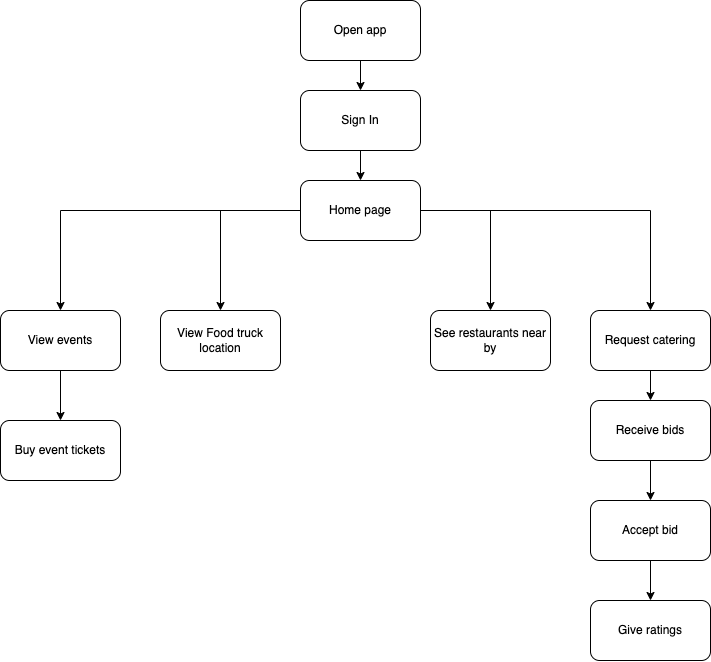
This is images/foodeaze/foodeaze_flow_chart.png from lintov7/lintov7.github.io, a draw.io export, as it was before one commit. Source tidied: cells renumbered, new cells last; positions are measured from the earlier drawing's top-left corner, leaving out a move shared by most shapes.
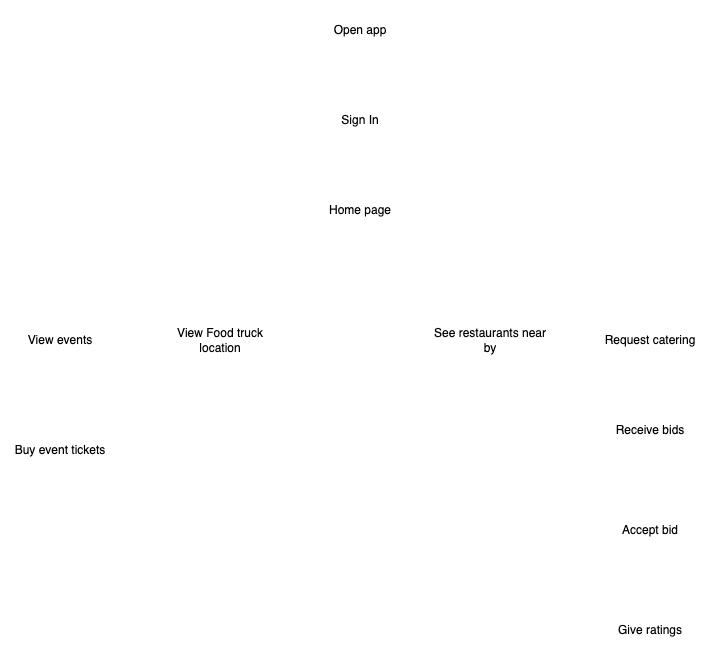
Later version of the same file.

Change to the diagram source:
```diff
@@ -2,71 +2,71 @@
   <root>
     <mxCell id="0" />
     <mxCell id="1" parent="0" />
-    <mxCell id="2" style="edgeStyle=orthogonalEdgeStyle;rounded=0;jettySize=auto;html=1;" parent="1" edge="1" source="3" target="5">
+    <mxCell id="2" style="edgeStyle=orthogonalEdgeStyle;rounded=0;jettySize=auto;html=1;strokeColor=#FFFFFF;" parent="1" edge="1" source="3" target="5">
       <mxGeometry relative="1" as="geometry" />
     </mxCell>
-    <mxCell id="3" value="Open app" style="rounded=1;whiteSpace=wrap;html=1;" parent="1" vertex="1">
+    <mxCell id="3" value="Open app" style="rounded=1;whiteSpace=wrap;html=1;strokeColor=#FFFFFF;" parent="1" vertex="1">
       <mxGeometry x="300" width="120" height="60" as="geometry" />
     </mxCell>
-    <mxCell id="4" style="edgeStyle=orthogonalEdgeStyle;rounded=0;jettySize=auto;html=1;" parent="1" edge="1" source="5" target="10">
+    <mxCell id="4" style="edgeStyle=orthogonalEdgeStyle;rounded=0;jettySize=auto;html=1;strokeColor=#FFFFFF;" parent="1" edge="1" source="5" target="10">
       <mxGeometry relative="1" as="geometry" />
     </mxCell>
-    <mxCell id="5" value="Sign In" style="whiteSpace=wrap;html=1;rounded=1;" parent="1" vertex="1">
+    <mxCell id="5" value="Sign In" style="whiteSpace=wrap;html=1;rounded=1;strokeColor=#FFFFFF;" parent="1" vertex="1">
       <mxGeometry x="300" y="90" width="120" height="60" as="geometry" />
     </mxCell>
-    <mxCell id="6" style="edgeStyle=orthogonalEdgeStyle;rounded=0;jettySize=auto;html=1;" parent="1" edge="1" source="10" target="12">
+    <mxCell id="6" style="edgeStyle=orthogonalEdgeStyle;rounded=0;jettySize=auto;html=1;strokeColor=#FFFFFF;" parent="1" edge="1" source="10" target="12">
       <mxGeometry relative="1" as="geometry" />
     </mxCell>
-    <mxCell id="7" style="edgeStyle=orthogonalEdgeStyle;rounded=0;jettySize=auto;html=1;" parent="1" edge="1" source="10" target="13">
+    <mxCell id="7" style="edgeStyle=orthogonalEdgeStyle;rounded=0;jettySize=auto;html=1;strokeColor=#FFFFFF;" parent="1" edge="1" source="10" target="13">
       <mxGeometry relative="1" as="geometry" />
     </mxCell>
-    <mxCell id="8" style="edgeStyle=orthogonalEdgeStyle;rounded=0;jettySize=auto;html=1;" parent="1" edge="1" source="10" target="14">
+    <mxCell id="8" style="edgeStyle=orthogonalEdgeStyle;rounded=0;jettySize=auto;html=1;strokeColor=#FFFFFF;" parent="1" edge="1" source="10" target="14">
       <mxGeometry relative="1" as="geometry">
         <Array as="points">
           <mxPoint x="490" y="210" />
         </Array>
       </mxGeometry>
     </mxCell>
-    <mxCell id="9" style="edgeStyle=orthogonalEdgeStyle;rounded=0;jettySize=auto;html=1;" parent="1" edge="1" source="10" target="16">
+    <mxCell id="9" style="edgeStyle=orthogonalEdgeStyle;rounded=0;jettySize=auto;html=1;strokeColor=#FFFFFF;" parent="1" edge="1" source="10" target="16">
       <mxGeometry relative="1" as="geometry" />
     </mxCell>
-    <mxCell id="10" value="Home page" style="whiteSpace=wrap;html=1;rounded=1;" parent="1" vertex="1">
+    <mxCell id="10" value="Home page" style="whiteSpace=wrap;html=1;rounded=1;strokeColor=#FFFFFF;" parent="1" vertex="1">
       <mxGeometry x="300" y="180" width="120" height="60" as="geometry" />
     </mxCell>
-    <mxCell id="11" style="edgeStyle=orthogonalEdgeStyle;rounded=0;jettySize=auto;html=1;" parent="1" edge="1" source="12" target="17">
+    <mxCell id="11" style="edgeStyle=orthogonalEdgeStyle;rounded=0;jettySize=auto;html=1;strokeColor=#FFFFFF;" parent="1" edge="1" source="12" target="17">
       <mxGeometry relative="1" as="geometry" />
     </mxCell>
-    <mxCell id="12" value="View events" style="whiteSpace=wrap;html=1;rounded=1;" parent="1" vertex="1">
+    <mxCell id="12" value="View events" style="whiteSpace=wrap;html=1;rounded=1;strokeColor=#FFFFFF;" parent="1" vertex="1">
       <mxGeometry y="310" width="120" height="60" as="geometry" />
     </mxCell>
-    <mxCell id="13" value="View Food truck location" style="whiteSpace=wrap;html=1;rounded=1;" parent="1" vertex="1">
+    <mxCell id="13" value="View Food truck location" style="whiteSpace=wrap;html=1;rounded=1;strokeColor=#FFFFFF;" parent="1" vertex="1">
       <mxGeometry x="160" y="310" width="120" height="60" as="geometry" />
     </mxCell>
-    <mxCell id="14" value="See restaurants near by" style="whiteSpace=wrap;html=1;rounded=1;" parent="1" vertex="1">
+    <mxCell id="14" value="See restaurants near by" style="whiteSpace=wrap;html=1;rounded=1;strokeColor=#FFFFFF;" parent="1" vertex="1">
       <mxGeometry x="430" y="310" width="120" height="60" as="geometry" />
     </mxCell>
-    <mxCell id="15" style="edgeStyle=orthogonalEdgeStyle;rounded=0;jettySize=auto;html=1;" parent="1" edge="1" source="16" target="19">
+    <mxCell id="15" style="edgeStyle=orthogonalEdgeStyle;rounded=0;jettySize=auto;html=1;strokeColor=#FFFFFF;" parent="1" edge="1" source="16" target="19">
       <mxGeometry relative="1" as="geometry" />
     </mxCell>
-    <mxCell id="16" value="Request catering" style="whiteSpace=wrap;html=1;rounded=1;" parent="1" vertex="1">
+    <mxCell id="16" value="Request catering" style="whiteSpace=wrap;html=1;rounded=1;strokeColor=#FFFFFF;" parent="1" vertex="1">
       <mxGeometry x="590" y="310" width="120" height="60" as="geometry" />
     </mxCell>
-    <mxCell id="17" value="Buy event tickets" style="whiteSpace=wrap;html=1;rounded=1;" parent="1" vertex="1">
+    <mxCell id="17" value="Buy event tickets" style="whiteSpace=wrap;html=1;rounded=1;strokeColor=#FFFFFF;" parent="1" vertex="1">
       <mxGeometry y="420" width="120" height="60" as="geometry" />
     </mxCell>
-    <mxCell id="18" style="edgeStyle=orthogonalEdgeStyle;rounded=0;jettySize=auto;html=1;" parent="1" edge="1" source="19" target="21">
+    <mxCell id="18" style="edgeStyle=orthogonalEdgeStyle;rounded=0;jettySize=auto;html=1;strokeColor=#FFFFFF;" parent="1" edge="1" source="19" target="21">
       <mxGeometry relative="1" as="geometry" />
     </mxCell>
-    <mxCell id="19" value="Receive bids" style="whiteSpace=wrap;html=1;rounded=1;" parent="1" vertex="1">
+    <mxCell id="19" value="Receive bids" style="whiteSpace=wrap;html=1;rounded=1;strokeColor=#FFFFFF;" parent="1" vertex="1">
       <mxGeometry x="590" y="400" width="120" height="60" as="geometry" />
     </mxCell>
-    <mxCell id="20" style="edgeStyle=orthogonalEdgeStyle;rounded=0;jettySize=auto;html=1;" parent="1" edge="1" source="21" target="22">
+    <mxCell id="20" style="edgeStyle=orthogonalEdgeStyle;rounded=0;jettySize=auto;html=1;strokeColor=#FFFFFF;" parent="1" edge="1" source="21" target="22">
       <mxGeometry relative="1" as="geometry" />
     </mxCell>
-    <mxCell id="21" value="Accept bid" style="whiteSpace=wrap;html=1;rounded=1;" parent="1" vertex="1">
+    <mxCell id="21" value="Accept bid" style="whiteSpace=wrap;html=1;rounded=1;strokeColor=#FFFFFF;" parent="1" vertex="1">
       <mxGeometry x="590" y="500" width="120" height="60" as="geometry" />
     </mxCell>
-    <mxCell id="22" value="Give ratings" style="whiteSpace=wrap;html=1;rounded=1;" parent="1" vertex="1">
+    <mxCell id="22" value="Give ratings" style="whiteSpace=wrap;html=1;rounded=1;strokeColor=#FFFFFF;" parent="1" vertex="1">
       <mxGeometry x="590" y="600" width="120" height="60" as="geometry" />
     </mxCell>
   </root>
```
